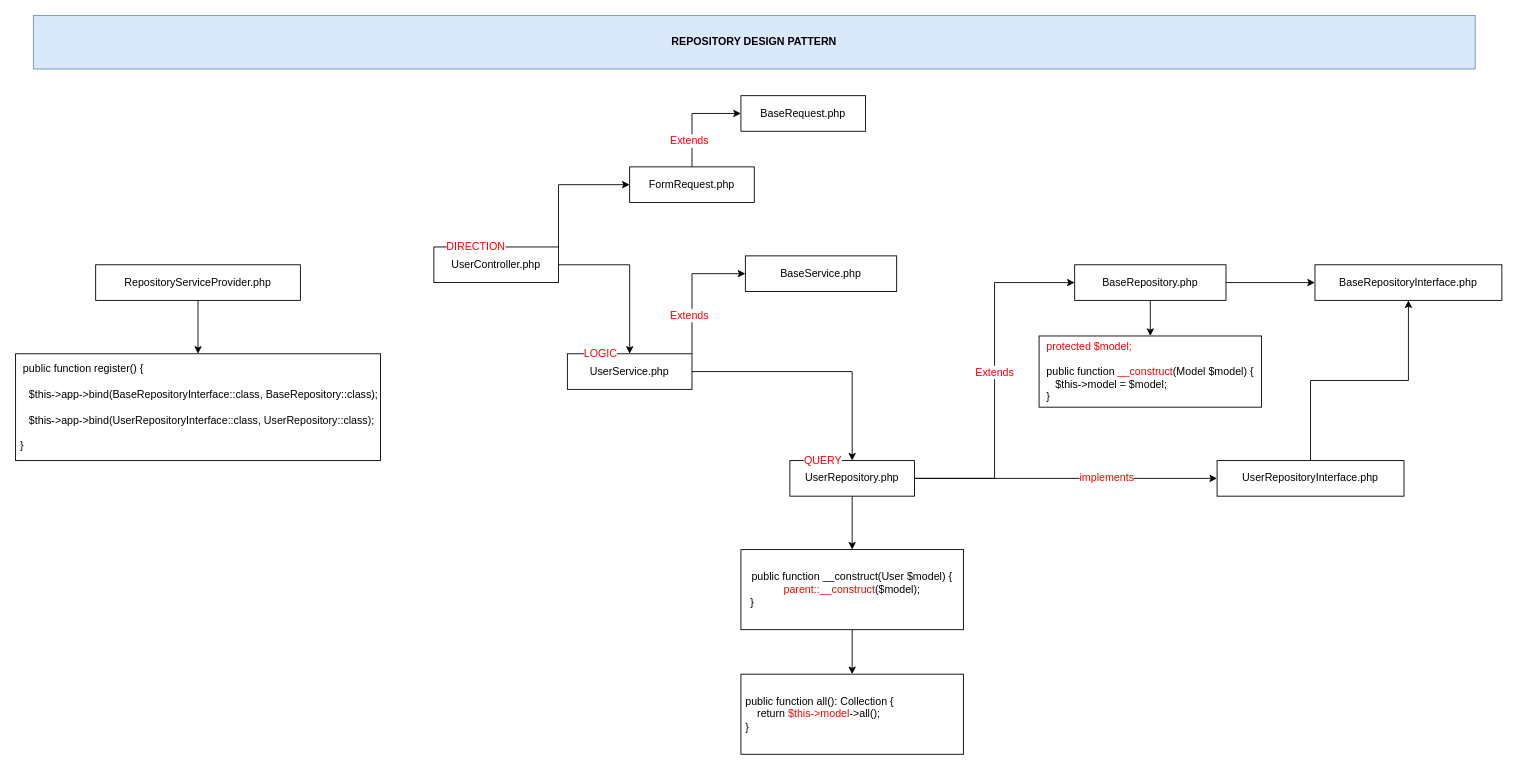
Before: documents/LaravelCleanArchitectureStructure.drawio in muratcakmaksoftware/LaravelCleanArchitectureStructure, a draw.io diagram. Source tidied: cells renumbered, new cells numbered last; positions are measured from the earlier drawing's top-left corner, leaving out a move shared by most shapes. Both pictures are drawn from the tidied source at 89%, with x=0, y=0 at pixel (15, 15).
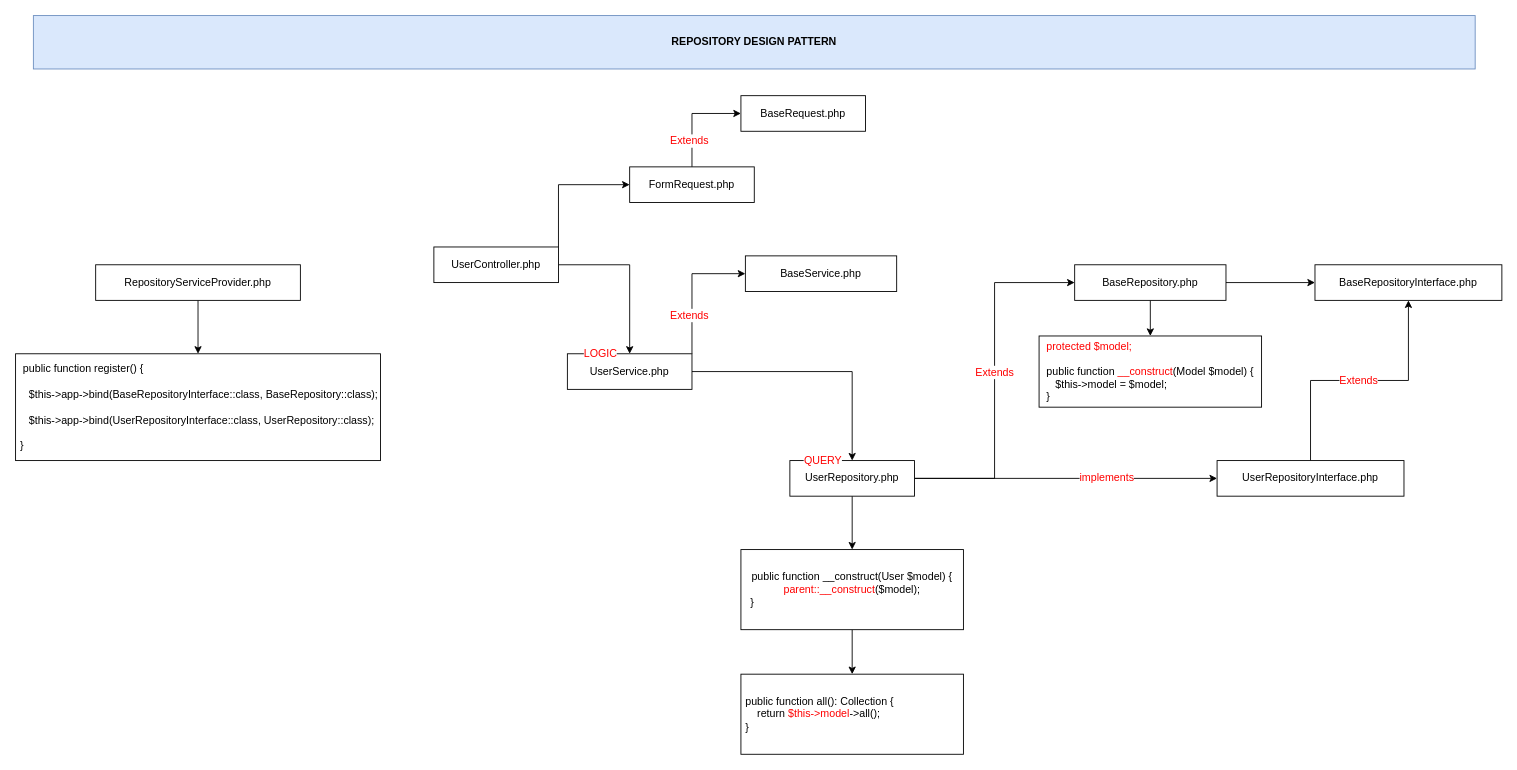
The same diagram, later.

Change to the diagram source:
```diff
@@
-    <mxCell id="29" value="DIRECTION" style="edgeLabel;html=1;align=center;verticalAlign=middle;fontSize=12;fontColor=#FF0000;" parent="1" vertex="1">
-      <mxGeometry x="700" y="270" as="geometry">
-        <mxPoint x="-184" y="-11" as="offset" />
-      </mxGeometry>
-    </mxCell>
@@
+    <mxCell id="37" value="Extends" style="edgeLabel;html=1;align=center;verticalAlign=middle;fontSize=12;fontColor=#FF0000;" parent="1" vertex="1">
+      <mxGeometry x="1130" y="400" as="geometry">
+        <mxPoint x="378" y="9" as="offset" />
+      </mxGeometry>
+    </mxCell>
```
